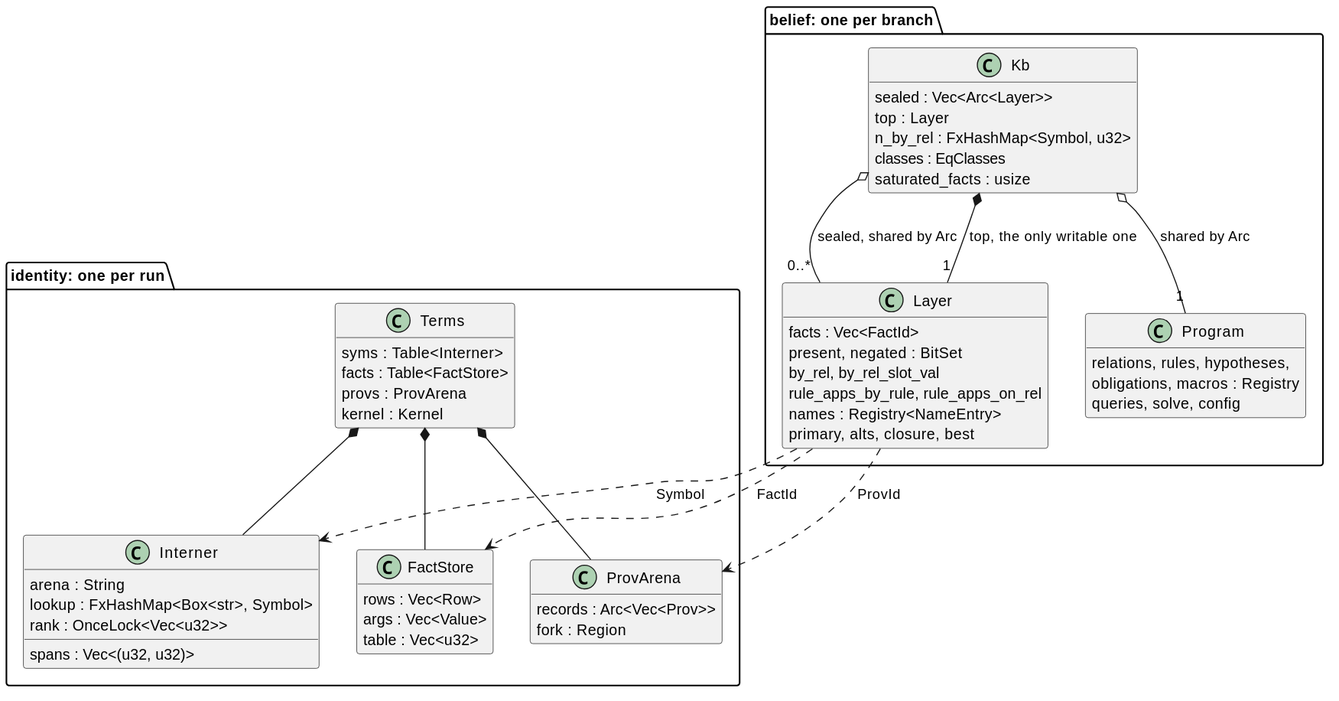
Above: docs/ein/ein.rs/03-design/diagrams/03-terms-and-kb.svg in agutikov/ein (PlantUML), before the change. Its source is kept beside it as docs/ein/ein.rs/03-design/diagrams/03-terms-and-kb.puml.
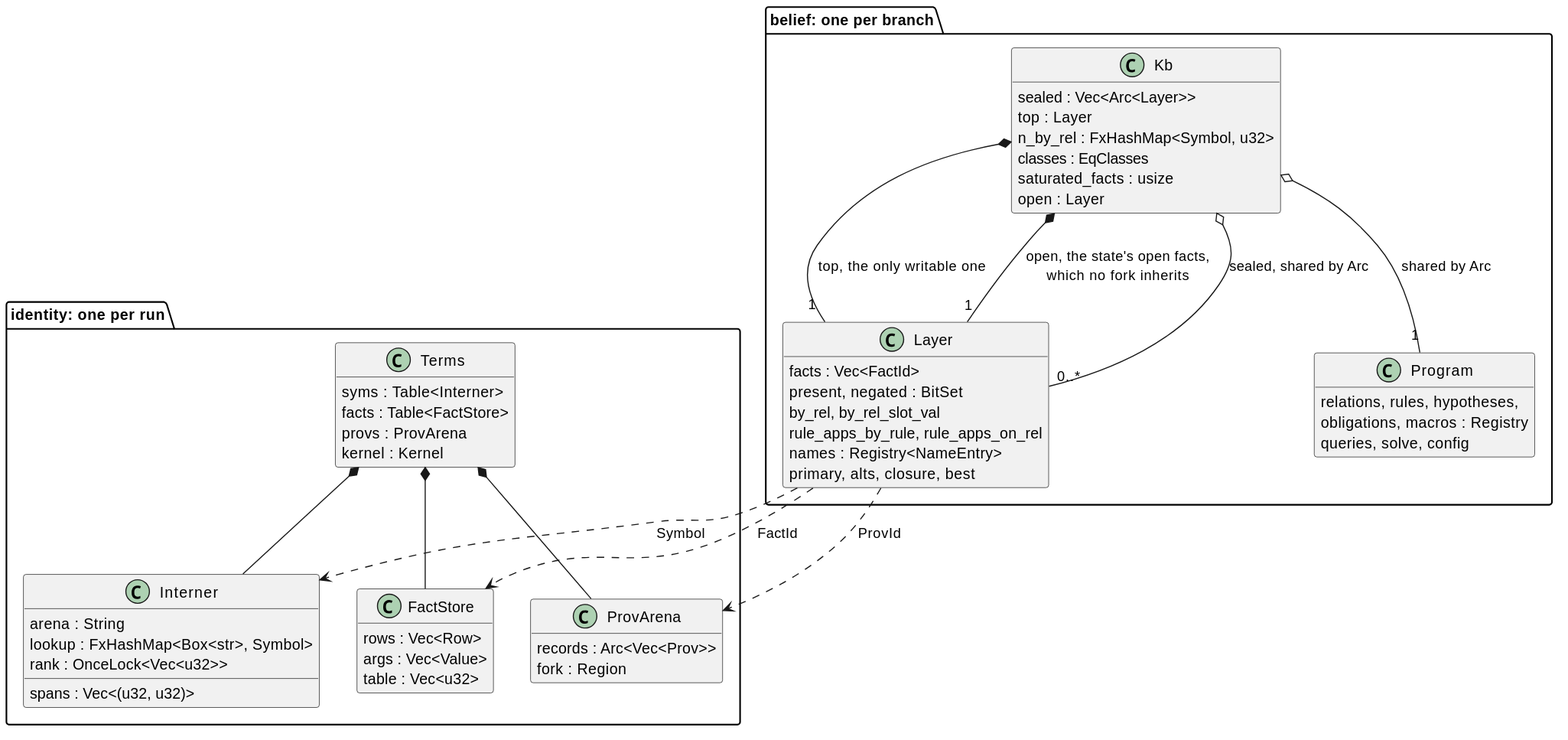
The same file after the commit.

Change to the diagram source:
```diff
@@ -33,6 +33,7 @@
     n_by_rel : FxHashMap<Symbol, u32>
     classes : EqClasses
     saturated_facts : usize
+    open : Layer
   }
   class Layer {
     facts : Vec<FactId>
@@ -54,6 +55,7 @@
 Terms *-- ProvArena
 Kb o-- "0..*" Layer : sealed, shared by Arc
 Kb *-- "1" Layer : top, the only writable one
+Kb *-- "1" Layer : open, the state's open facts,\nwhich no fork inherits
 Kb o-- "1" Program : shared by Arc
 Layer ..> FactStore : FactId
 Layer ..> ProvArena : ProvId
```
